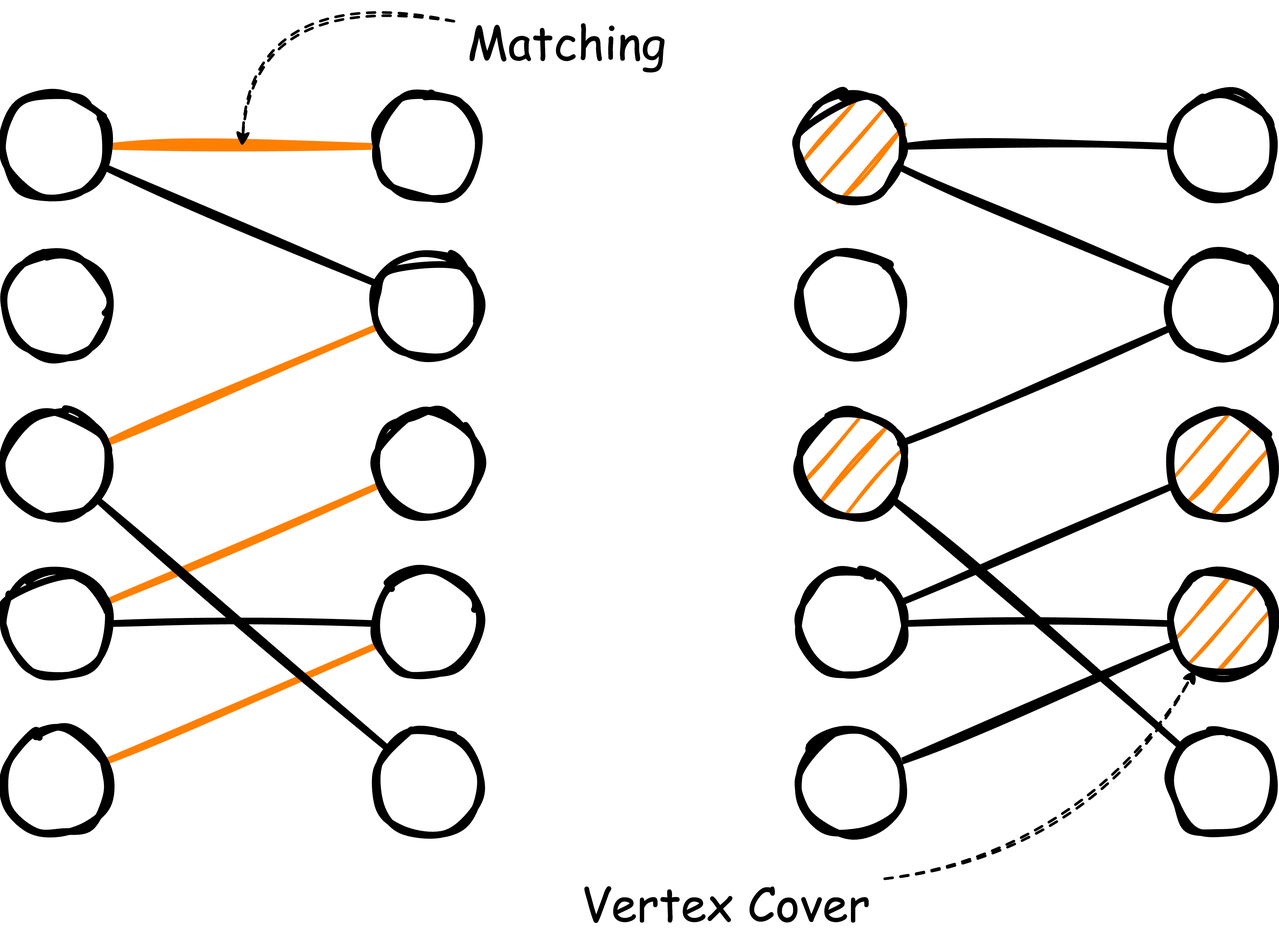
Earlier version of the draw.io export slides/ch5/sec4/figures/konigs-theorem.drawio.png (okayama-daiki/approximation-algorithms). Source tidied: cells renumbered, new cells last; positions are measured from the earlier drawing's top-left corner, leaving out a move shared by most shapes.
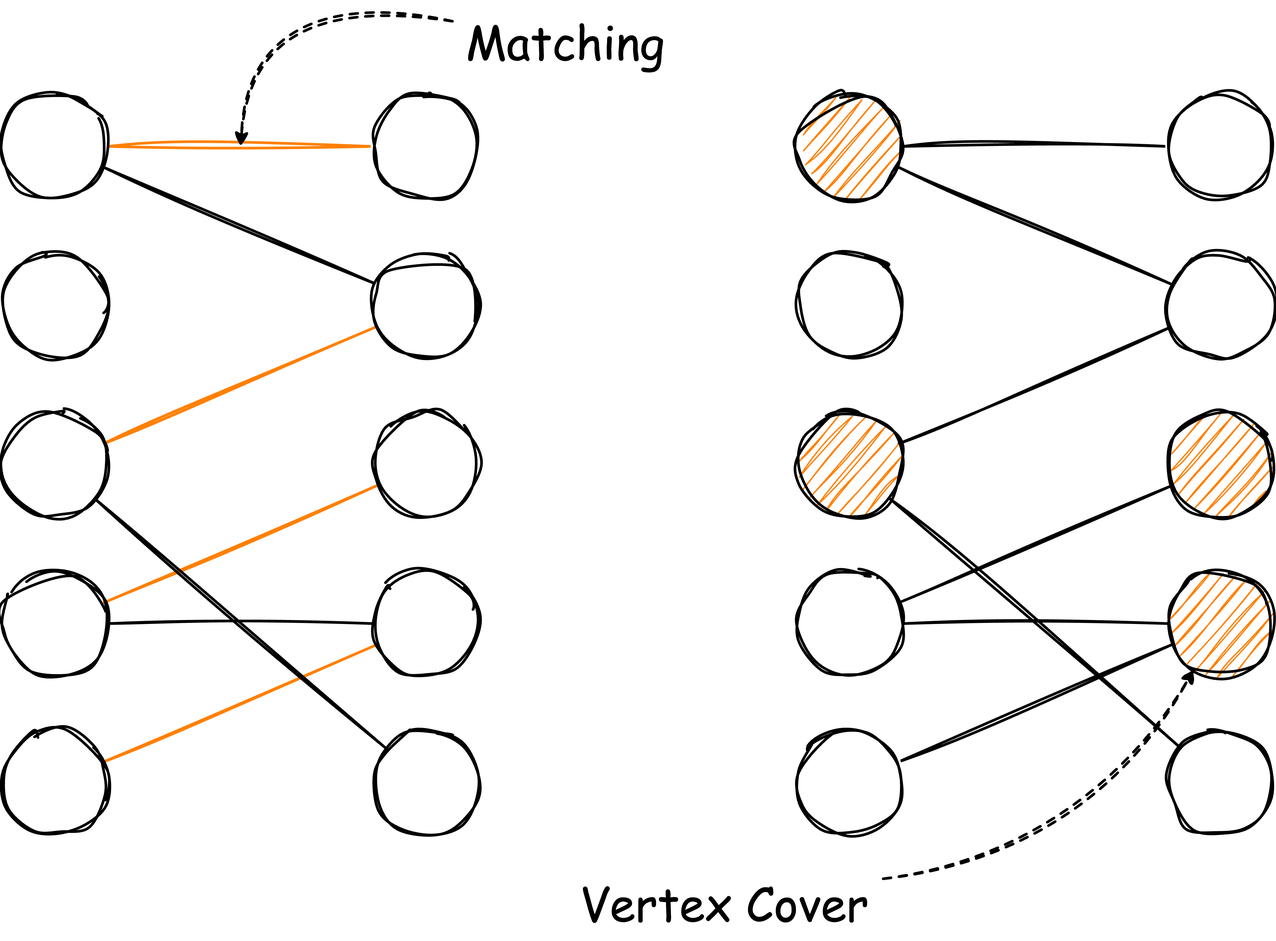
Later version of the same file.

What changed in the source:
```diff
@@ -2,103 +2,103 @@
   <root>
     <mxCell id="0" />
     <mxCell id="1" parent="0" />
-    <mxCell id="2" style="edgeStyle=none;html=1;endArrow=none;endFill=0;strokeWidth=5;sketch=1;curveFitting=1;jiggle=2;strokeColor=#FF8000;" parent="1" edge="1" source="4" target="12">
+    <mxCell id="2" style="edgeStyle=none;html=1;endArrow=none;endFill=0;strokeWidth=2;sketch=1;curveFitting=1;jiggle=2;strokeColor=#FF8000;" parent="1" edge="1" source="4" target="12">
       <mxGeometry relative="1" as="geometry" />
     </mxCell>
-    <mxCell id="3" style="edgeStyle=none;html=1;endArrow=none;endFill=0;strokeWidth=5;sketch=1;curveFitting=1;jiggle=2;" parent="1" edge="1" source="4" target="13">
+    <mxCell id="3" style="edgeStyle=none;html=1;endArrow=none;endFill=0;strokeWidth=2;sketch=1;curveFitting=1;jiggle=2;" parent="1" edge="1" source="4" target="13">
       <mxGeometry relative="1" as="geometry" />
     </mxCell>
-    <mxCell id="4" style="ellipse;whiteSpace=wrap;html=1;strokeWidth=5;sketch=1;curveFitting=1;jiggle=2;" parent="1" vertex="1">
+    <mxCell id="4" style="ellipse;whiteSpace=wrap;html=1;strokeWidth=2;sketch=1;curveFitting=1;jiggle=2;" parent="1" vertex="1">
       <mxGeometry y="80" width="80" height="80" as="geometry" />
     </mxCell>
-    <mxCell id="5" style="edgeStyle=none;html=1;endArrow=none;endFill=0;strokeWidth=5;sketch=1;curveFitting=1;jiggle=2;strokeColor=#FF8000;" parent="1" edge="1" source="7" target="13">
+    <mxCell id="5" style="edgeStyle=none;html=1;endArrow=none;endFill=0;strokeWidth=2;sketch=1;curveFitting=1;jiggle=2;strokeColor=#FF8000;" parent="1" edge="1" source="7" target="13">
       <mxGeometry relative="1" as="geometry" />
     </mxCell>
-    <mxCell id="6" style="ellipse;whiteSpace=wrap;html=1;strokeWidth=5;sketch=1;curveFitting=1;jiggle=2;" parent="1" vertex="1">
+    <mxCell id="6" style="ellipse;whiteSpace=wrap;html=1;strokeWidth=2;sketch=1;curveFitting=1;jiggle=2;" parent="1" vertex="1">
       <mxGeometry y="200" width="80" height="80" as="geometry" />
     </mxCell>
-    <mxCell id="7" style="ellipse;whiteSpace=wrap;html=1;strokeWidth=5;sketch=1;curveFitting=1;jiggle=2;" parent="1" vertex="1">
+    <mxCell id="7" style="ellipse;whiteSpace=wrap;html=1;strokeWidth=2;sketch=1;curveFitting=1;jiggle=2;" parent="1" vertex="1">
       <mxGeometry y="320" width="80" height="80" as="geometry" />
     </mxCell>
-    <mxCell id="8" style="edgeStyle=none;html=1;endArrow=none;endFill=0;strokeWidth=5;sketch=1;curveFitting=1;jiggle=2;strokeColor=#FF8000;" parent="1" edge="1" source="9" target="14">
+    <mxCell id="8" style="edgeStyle=none;html=1;endArrow=none;endFill=0;strokeWidth=2;sketch=1;curveFitting=1;jiggle=2;strokeColor=#FF8000;" parent="1" edge="1" source="9" target="14">
       <mxGeometry relative="1" as="geometry" />
     </mxCell>
-    <mxCell id="9" style="ellipse;whiteSpace=wrap;html=1;strokeWidth=5;sketch=1;curveFitting=1;jiggle=2;" parent="1" vertex="1">
+    <mxCell id="9" style="ellipse;whiteSpace=wrap;html=1;strokeWidth=2;sketch=1;curveFitting=1;jiggle=2;" parent="1" vertex="1">
       <mxGeometry y="440" width="80" height="80" as="geometry" />
     </mxCell>
-    <mxCell id="10" style="edgeStyle=none;html=1;endArrow=none;endFill=0;strokeWidth=5;sketch=1;curveFitting=1;jiggle=2;strokeColor=#FF8000;" parent="1" edge="1" source="11" target="15">
+    <mxCell id="10" style="edgeStyle=none;html=1;endArrow=none;endFill=0;strokeWidth=2;sketch=1;curveFitting=1;jiggle=2;strokeColor=#FF8000;" parent="1" edge="1" source="11" target="15">
       <mxGeometry relative="1" as="geometry" />
     </mxCell>
-    <mxCell id="11" style="ellipse;whiteSpace=wrap;html=1;strokeWidth=5;sketch=1;curveFitting=1;jiggle=2;" parent="1" vertex="1">
+    <mxCell id="11" style="ellipse;whiteSpace=wrap;html=1;strokeWidth=2;sketch=1;curveFitting=1;jiggle=2;" parent="1" vertex="1">
       <mxGeometry y="560" width="80" height="80" as="geometry" />
     </mxCell>
-    <mxCell id="12" style="ellipse;whiteSpace=wrap;html=1;strokeWidth=5;sketch=1;curveFitting=1;jiggle=2;" parent="1" vertex="1">
+    <mxCell id="12" style="ellipse;whiteSpace=wrap;html=1;strokeWidth=2;sketch=1;curveFitting=1;jiggle=2;" parent="1" vertex="1">
       <mxGeometry x="280" y="80" width="80" height="80" as="geometry" />
     </mxCell>
-    <mxCell id="13" style="ellipse;whiteSpace=wrap;html=1;strokeWidth=5;sketch=1;curveFitting=1;jiggle=2;" parent="1" vertex="1">
+    <mxCell id="13" style="ellipse;whiteSpace=wrap;html=1;strokeWidth=2;sketch=1;curveFitting=1;jiggle=2;" parent="1" vertex="1">
       <mxGeometry x="280" y="200" width="80" height="80" as="geometry" />
     </mxCell>
-    <mxCell id="14" style="ellipse;whiteSpace=wrap;html=1;strokeWidth=5;sketch=1;curveFitting=1;jiggle=2;" parent="1" vertex="1">
+    <mxCell id="14" style="ellipse;whiteSpace=wrap;html=1;strokeWidth=2;sketch=1;curveFitting=1;jiggle=2;" parent="1" vertex="1">
       <mxGeometry x="280" y="320" width="80" height="80" as="geometry" />
     </mxCell>
-    <mxCell id="15" style="ellipse;whiteSpace=wrap;html=1;strokeWidth=5;sketch=1;curveFitting=1;jiggle=2;" parent="1" vertex="1">
+    <mxCell id="15" style="ellipse;whiteSpace=wrap;html=1;strokeWidth=2;sketch=1;curveFitting=1;jiggle=2;" parent="1" vertex="1">
       <mxGeometry x="280" y="440" width="80" height="80" as="geometry" />
     </mxCell>
-    <mxCell id="16" style="ellipse;whiteSpace=wrap;html=1;strokeWidth=5;sketch=1;curveFitting=1;jiggle=2;" parent="1" vertex="1">
+    <mxCell id="16" style="ellipse;whiteSpace=wrap;html=1;strokeWidth=2;sketch=1;curveFitting=1;jiggle=2;" parent="1" vertex="1">
       <mxGeometry x="280" y="560" width="80" height="80" as="geometry" />
     </mxCell>
-    <mxCell id="17" style="edgeStyle=none;html=1;endArrow=none;endFill=0;strokeWidth=5;sketch=1;curveFitting=1;jiggle=2;strokeColor=#000000;" parent="1" edge="1" source="7" target="16">
+    <mxCell id="17" style="edgeStyle=none;html=1;endArrow=none;endFill=0;strokeWidth=2;sketch=1;curveFitting=1;jiggle=2;strokeColor=#000000;" parent="1" edge="1" source="7" target="16">
       <mxGeometry relative="1" as="geometry" />
     </mxCell>
-    <mxCell id="18" style="edgeStyle=none;html=1;endArrow=none;endFill=0;strokeWidth=5;sketch=1;curveFitting=1;jiggle=2;" parent="1" edge="1" source="20" target="29">
+    <mxCell id="18" style="edgeStyle=none;html=1;endArrow=none;endFill=0;strokeWidth=2;sketch=1;curveFitting=1;jiggle=2;" parent="1" edge="1" source="20" target="29">
       <mxGeometry relative="1" as="geometry" />
     </mxCell>
-    <mxCell id="19" style="edgeStyle=none;html=1;endArrow=none;endFill=0;strokeWidth=5;sketch=1;curveFitting=1;jiggle=2;" parent="1" edge="1" source="20" target="30">
+    <mxCell id="19" style="edgeStyle=none;html=1;endArrow=none;endFill=0;strokeWidth=2;sketch=1;curveFitting=1;jiggle=2;" parent="1" edge="1" source="20" target="30">
       <mxGeometry relative="1" as="geometry" />
     </mxCell>
-    <mxCell id="20" style="ellipse;whiteSpace=wrap;html=1;strokeWidth=5;sketch=1;curveFitting=1;jiggle=2;fillColor=#FF8000;" parent="1" vertex="1">
+    <mxCell id="20" style="ellipse;whiteSpace=wrap;html=1;strokeWidth=2;sketch=1;curveFitting=1;jiggle=2;fillColor=#FF8000;" parent="1" vertex="1">
       <mxGeometry x="600" y="80" width="80" height="80" as="geometry" />
     </mxCell>
-    <mxCell id="21" style="edgeStyle=none;html=1;endArrow=none;endFill=0;strokeWidth=5;sketch=1;curveFitting=1;jiggle=2;" parent="1" edge="1" source="24" target="30">
+    <mxCell id="21" style="edgeStyle=none;html=1;endArrow=none;endFill=0;strokeWidth=2;sketch=1;curveFitting=1;jiggle=2;" parent="1" edge="1" source="24" target="30">
       <mxGeometry relative="1" as="geometry" />
     </mxCell>
-    <mxCell id="22" style="ellipse;whiteSpace=wrap;html=1;strokeWidth=5;sketch=1;curveFitting=1;jiggle=2;fillColor=#FFFFFF;" parent="1" vertex="1">
+    <mxCell id="22" style="ellipse;whiteSpace=wrap;html=1;strokeWidth=2;sketch=1;curveFitting=1;jiggle=2;fillColor=#FFFFFF;" parent="1" vertex="1">
       <mxGeometry x="600" y="200" width="80" height="80" as="geometry" />
     </mxCell>
-    <mxCell id="23" style="edgeStyle=none;html=1;endArrow=none;endFill=0;strokeWidth=5;sketch=1;curveFitting=1;jiggle=2;" parent="1" edge="1" source="26" target="32">
+    <mxCell id="23" style="edgeStyle=none;html=1;endArrow=none;endFill=0;strokeWidth=2;sketch=1;curveFitting=1;jiggle=2;" parent="1" edge="1" source="26" target="32">
       <mxGeometry relative="1" as="geometry" />
     </mxCell>
-    <mxCell id="24" style="ellipse;whiteSpace=wrap;html=1;strokeWidth=5;sketch=1;curveFitting=1;jiggle=2;fillColor=#FF8000;" parent="1" vertex="1">
+    <mxCell id="24" style="ellipse;whiteSpace=wrap;html=1;strokeWidth=2;sketch=1;curveFitting=1;jiggle=2;fillColor=#FF8000;" parent="1" vertex="1">
       <mxGeometry x="600" y="320" width="80" height="80" as="geometry" />
     </mxCell>
-    <mxCell id="25" style="edgeStyle=none;html=1;endArrow=none;endFill=0;strokeWidth=5;sketch=1;curveFitting=1;jiggle=2;" parent="1" edge="1" source="26" target="31">
+    <mxCell id="25" style="edgeStyle=none;html=1;endArrow=none;endFill=0;strokeWidth=2;sketch=1;curveFitting=1;jiggle=2;" parent="1" edge="1" source="26" target="31">
       <mxGeometry relative="1" as="geometry" />
     </mxCell>
-    <mxCell id="26" style="ellipse;whiteSpace=wrap;html=1;strokeWidth=5;sketch=1;curveFitting=1;jiggle=2;" parent="1" vertex="1">
+    <mxCell id="26" style="ellipse;whiteSpace=wrap;html=1;strokeWidth=2;sketch=1;curveFitting=1;jiggle=2;" parent="1" vertex="1">
       <mxGeometry x="600" y="440" width="80" height="80" as="geometry" />
     </mxCell>
-    <mxCell id="27" style="edgeStyle=none;html=1;endArrow=none;endFill=0;strokeWidth=5;sketch=1;curveFitting=1;jiggle=2;" parent="1" edge="1" source="28" target="32">
+    <mxCell id="27" style="edgeStyle=none;html=1;endArrow=none;endFill=0;strokeWidth=2;sketch=1;curveFitting=1;jiggle=2;" parent="1" edge="1" source="28" target="32">
       <mxGeometry relative="1" as="geometry" />
     </mxCell>
-    <mxCell id="28" style="ellipse;whiteSpace=wrap;html=1;strokeWidth=5;sketch=1;curveFitting=1;jiggle=2;" parent="1" vertex="1">
+    <mxCell id="28" style="ellipse;whiteSpace=wrap;html=1;strokeWidth=2;sketch=1;curveFitting=1;jiggle=2;" parent="1" vertex="1">
       <mxGeometry x="600" y="560" width="80" height="80" as="geometry" />
     </mxCell>
-    <mxCell id="29" style="ellipse;whiteSpace=wrap;html=1;strokeWidth=5;sketch=1;curveFitting=1;jiggle=2;" parent="1" vertex="1">
+    <mxCell id="29" style="ellipse;whiteSpace=wrap;html=1;strokeWidth=2;sketch=1;curveFitting=1;jiggle=2;" parent="1" vertex="1">
       <mxGeometry x="880" y="80" width="80" height="80" as="geometry" />
     </mxCell>
-    <mxCell id="30" style="ellipse;whiteSpace=wrap;html=1;strokeWidth=5;sketch=1;curveFitting=1;jiggle=2;" parent="1" vertex="1">
+    <mxCell id="30" style="ellipse;whiteSpace=wrap;html=1;strokeWidth=2;sketch=1;curveFitting=1;jiggle=2;" parent="1" vertex="1">
       <mxGeometry x="880" y="200" width="80" height="80" as="geometry" />
     </mxCell>
-    <mxCell id="31" style="ellipse;whiteSpace=wrap;html=1;strokeWidth=5;sketch=1;curveFitting=1;jiggle=2;fillColor=#FF8000;" parent="1" vertex="1">
+    <mxCell id="31" style="ellipse;whiteSpace=wrap;html=1;strokeWidth=2;sketch=1;curveFitting=1;jiggle=2;fillColor=#FF8000;" parent="1" vertex="1">
       <mxGeometry x="880" y="320" width="80" height="80" as="geometry" />
     </mxCell>
-    <mxCell id="32" style="ellipse;whiteSpace=wrap;html=1;strokeWidth=5;sketch=1;curveFitting=1;jiggle=2;fillColor=#FF8000;" parent="1" vertex="1">
+    <mxCell id="32" style="ellipse;whiteSpace=wrap;html=1;strokeWidth=2;sketch=1;curveFitting=1;jiggle=2;fillColor=#FF8000;" parent="1" vertex="1">
       <mxGeometry x="880" y="440" width="80" height="80" as="geometry" />
     </mxCell>
-    <mxCell id="33" style="ellipse;whiteSpace=wrap;html=1;strokeWidth=5;sketch=1;curveFitting=1;jiggle=2;" parent="1" vertex="1">
+    <mxCell id="33" style="ellipse;whiteSpace=wrap;html=1;strokeWidth=2;sketch=1;curveFitting=1;jiggle=2;" parent="1" vertex="1">
       <mxGeometry x="880" y="560" width="80" height="80" as="geometry" />
     </mxCell>
-    <mxCell id="34" style="edgeStyle=none;html=1;endArrow=none;endFill=0;strokeWidth=5;sketch=1;curveFitting=1;jiggle=2;" parent="1" edge="1" source="24" target="33">
+    <mxCell id="34" style="edgeStyle=none;html=1;endArrow=none;endFill=0;strokeWidth=2;sketch=1;curveFitting=1;jiggle=2;" parent="1" edge="1" source="24" target="33">
       <mxGeometry relative="1" as="geometry" />
     </mxCell>
     <mxCell id="35" style="edgeStyle=none;html=1;rounded=0;curved=1;strokeColor=default;dashed=1;sketch=1;curveFitting=1;jiggle=2;strokeWidth=2;" parent="1" edge="1" source="36">
@@ -122,7 +122,7 @@
     <mxCell id="38" value="&lt;font style=&quot;font-size: 35px;&quot; face=&quot;Comic Sans MS&quot;&gt;Vertex Cover&lt;/font&gt;" style="text;html=1;align=center;verticalAlign=middle;points=[];strokeColor=none;fillColor=none;" parent="1" vertex="1">
       <mxGeometry x="425" y="660" width="240" height="60" as="geometry" />
     </mxCell>
-    <mxCell id="39" style="edgeStyle=none;html=1;endArrow=none;endFill=0;strokeWidth=5;sketch=1;curveFitting=1;jiggle=2;strokeColor=#000000;" parent="1" edge="1" source="9" target="15">
+    <mxCell id="39" style="edgeStyle=none;html=1;endArrow=none;endFill=0;strokeWidth=2;sketch=1;curveFitting=1;jiggle=2;strokeColor=#000000;" parent="1" edge="1" source="9" target="15">
       <mxGeometry relative="1" as="geometry" />
     </mxCell>
   </root>
```
